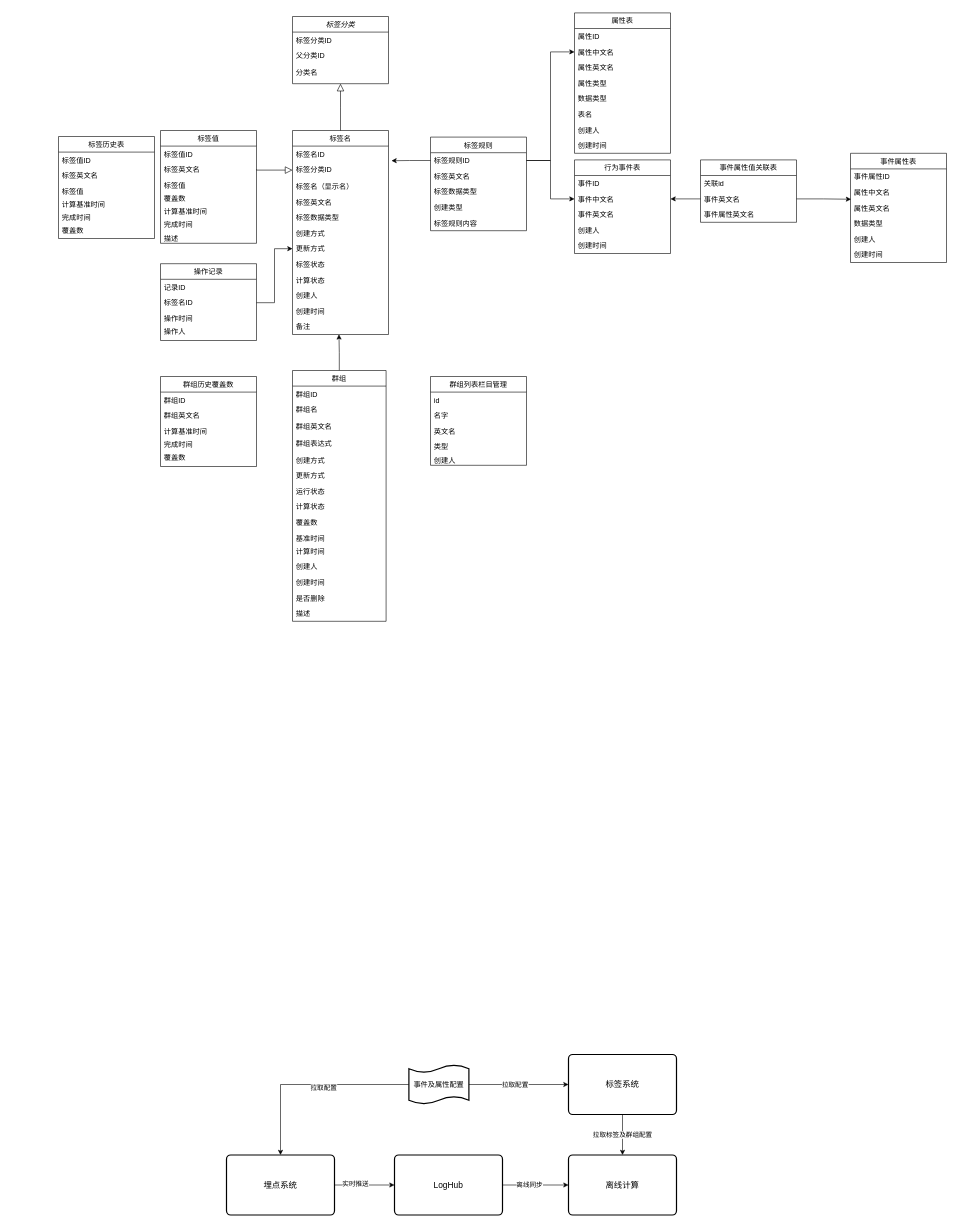
Before: Untitled Diagram.drawio in hunanxinhua/Designer, a draw.io diagram. Source tidied: cells renumbered, new cells numbered last; positions are measured from the earlier drawing's top-left corner, leaving out a move shared by most shapes. Both pictures are drawn from the tidied source at 60%, with x=0, y=0 at pixel (58, 13).
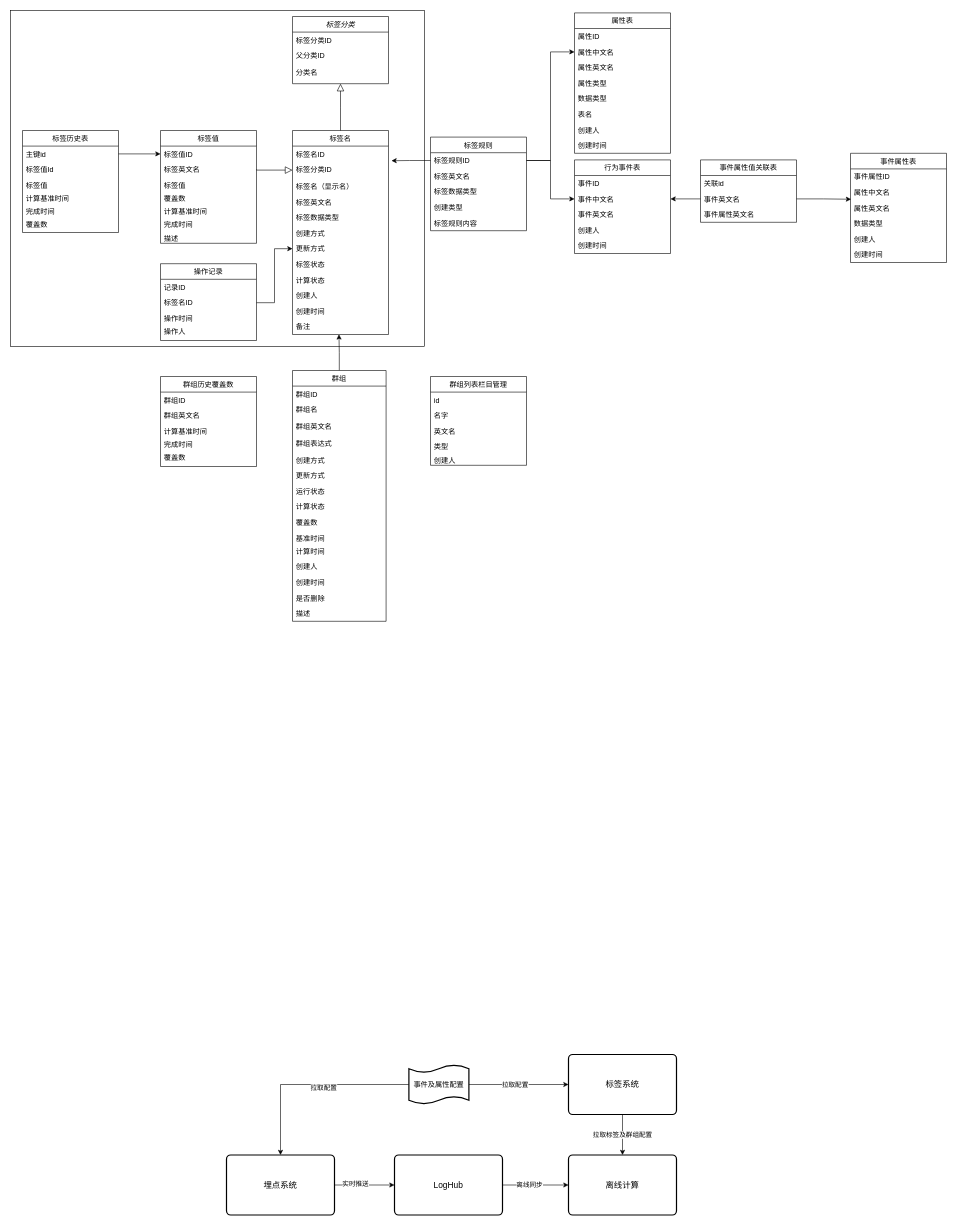
The same diagram, later.

The change refers to these unchanged cells:
```xml
<mxCell id="21" value="标签值ID" style="text;align=left;verticalAlign=top;spacingLeft=4;spacingRight=4;overflow=hidden;points=[[0,0.5],[1,0.5]];portConstraint=eastwest;" parent="20" vertex="1">
  <mxGeometry y="26" width="160" height="26" as="geometry" />
</mxCell>
```

Change to the diagram source:
```diff
@@
+    <mxCell id="122" style="rounded=0;whiteSpace=wrap;html=1;" parent="1" vertex="1">
+      <mxGeometry x="-80" y="-4" width="690" height="560" as="geometry" />
+    </mxCell>
@@
     <mxCell id="109" value="标签历史表" style="swimlane;fontStyle=0;align=center;verticalAlign=top;horizontal=1;startSize=26;rounded=0;shadow=0;strokeWidth=1;" parent="1" vertex="1">
-      <mxGeometry y="206" width="160" height="170" as="geometry" />
+      <mxGeometry x="-60" y="196" width="160" height="170" as="geometry" />
     </mxCell>
-    <mxCell id="110" value="标签值ID" style="text;align=left;verticalAlign=top;spacingLeft=4;spacingRight=4;overflow=hidden;points=[[0,0.5],[1,0.5]];portConstraint=eastwest;" parent="109" vertex="1">
+    <mxCell id="110" value="主键id" style="text;align=left;verticalAlign=top;spacingLeft=4;spacingRight=4;overflow=hidden;points=[[0,0.5],[1,0.5]];portConstraint=eastwest;" parent="109" vertex="1">
       <mxGeometry y="26" width="160" height="26" as="geometry" />
     </mxCell>
-    <mxCell id="111" value="标签英文名" style="text;align=left;verticalAlign=top;spacingLeft=4;spacingRight=4;overflow=hidden;" parent="109" vertex="1">
+    <mxCell id="111" value="标签值Id&#10;" style="text;align=left;verticalAlign=top;spacingLeft=4;spacingRight=4;overflow=hidden;" parent="109" vertex="1">
       <mxGeometry y="52" width="160" height="26" as="geometry" />
     </mxCell>
@@
+    <mxCell id="123" style="edgeStyle=orthogonalEdgeStyle;rounded=0;jettySize=auto;html=1;exitX=1;exitY=0.5;exitDx=0;exitDy=0;entryX=0;entryY=0.5;entryDx=0;entryDy=0;" parent="1" edge="1" source="110" target="21">
+      <mxGeometry relative="1" as="geometry" />
+    </mxCell>
```
